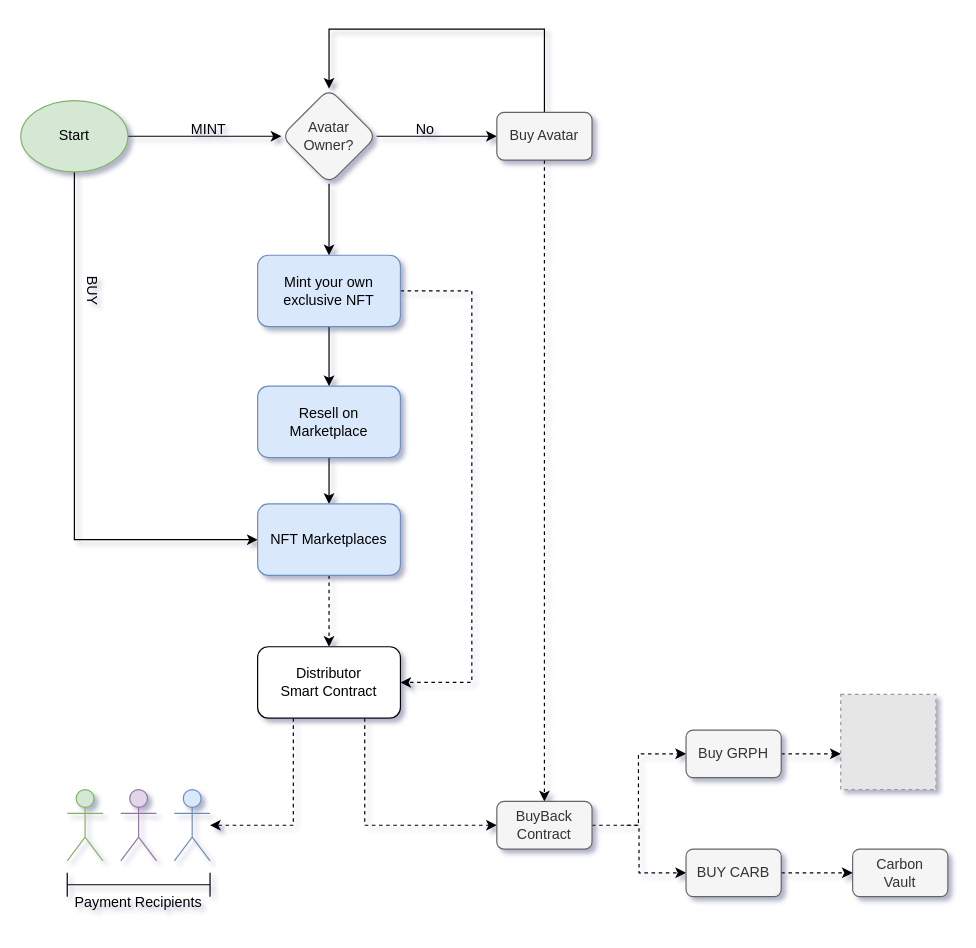
The draw.io diagram CryptoKiwisSaleFlow.drawio in Carbon-Labs/Diagrams, before the edit. Source tidied: cells renumbered, new cells numbered last; positions are measured from the earlier drawing's top-left corner, leaving out a move shared by most shapes. Both pictures are drawn from the tidied source at 119%, with x=0, y=0 at pixel (20, 29). Pictures stored in the file or linked from it are replaced by grey dashed boxes.
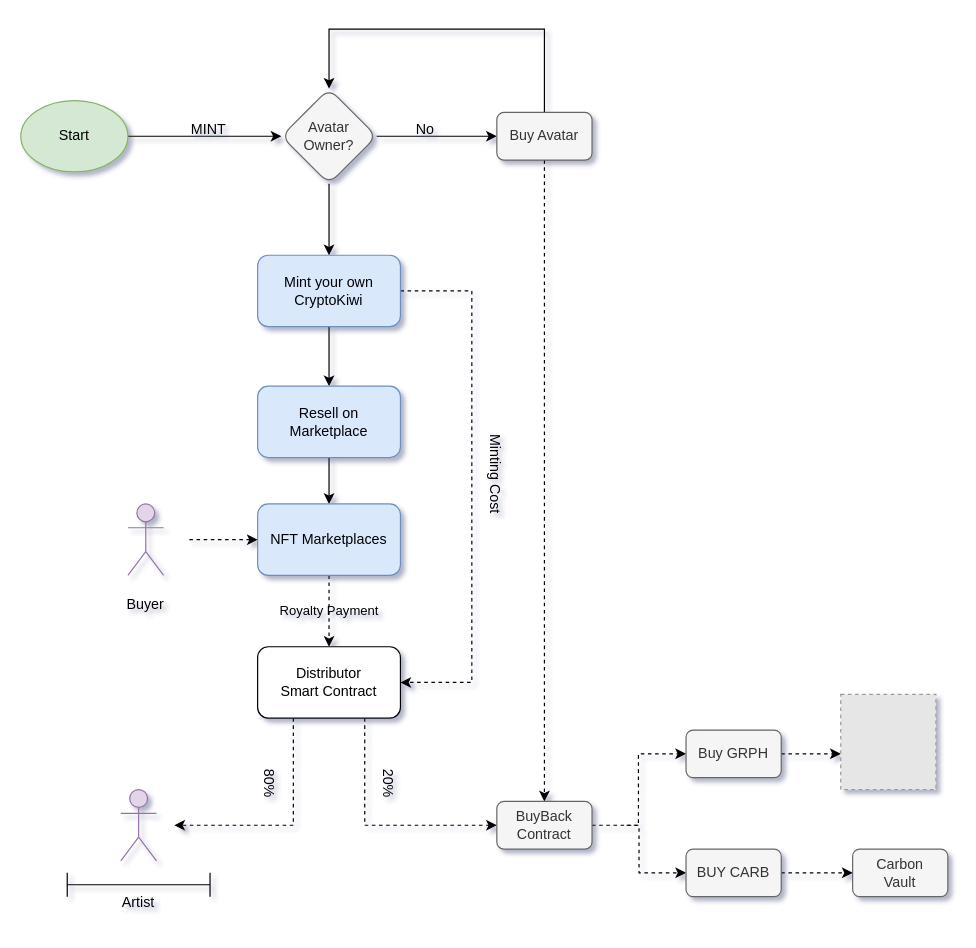
After the change.

Unchanged cells that the change refers to:
```xml
<mxCell id="10" value="Start" style="ellipse;whiteSpace=wrap;html=1;fillColor=#d5e8d4;strokeColor=#82b366;" parent="1" vertex="1">
  <mxGeometry y="60" width="90" height="60" as="geometry" />
</mxCell>
<mxCell id="18" value="NFT Marketplaces" style="rounded=1;whiteSpace=wrap;html=1;verticalAlign=middle;fillColor=#dae8fc;strokeColor=#6c8ebf;" parent="1" vertex="1">
  <mxGeometry x="199" y="399" width="120" height="60" as="geometry" />
</mxCell>
<mxCell id="23" value="Distributor&lt;br&gt;Smart Contract" style="rounded=1;whiteSpace=wrap;html=1;" parent="1" vertex="1">
  <mxGeometry x="199" y="519" width="120" height="60" as="geometry" />
</mxCell>
```

What changed in the source:
```diff
@@
-    <mxCell id="9" style="edgeStyle=orthogonalEdgeStyle;rounded=0;jettySize=auto;html=1;exitX=0.5;exitY=1;exitDx=0;exitDy=0;entryX=0;entryY=0.5;entryDx=0;entryDy=0;" parent="1" edge="1" source="10" target="18">
-      <mxGeometry relative="1" as="geometry" />
-    </mxCell>
@@
-    <mxCell id="14" value="Mint your own exclusive NFT" style="rounded=1;whiteSpace=wrap;html=1;verticalAlign=middle;fillColor=#dae8fc;strokeColor=#6c8ebf;" parent="1" vertex="1">
+    <mxCell id="14" value="Mint your own CryptoKiwi" style="rounded=1;whiteSpace=wrap;html=1;verticalAlign=middle;fillColor=#dae8fc;strokeColor=#6c8ebf;" parent="1" vertex="1">
       <mxGeometry x="199" y="190" width="120" height="60" as="geometry" />
     </mxCell>
@@
-    <mxCell id="17" style="edgeStyle=orthogonalEdgeStyle;rounded=0;jettySize=auto;html=1;exitX=0.5;exitY=1;exitDx=0;exitDy=0;entryX=0.5;entryY=0;entryDx=0;entryDy=0;dashed=1;" parent="1" edge="1" source="18" target="23">
+    <mxCell id="17" value="Royalty Payment" style="edgeStyle=orthogonalEdgeStyle;rounded=0;jettySize=auto;html=1;exitX=0.5;exitY=1;exitDx=0;exitDy=0;entryX=0.5;entryY=0;entryDx=0;entryDy=0;dashed=1;labelBackgroundColor=none;" parent="1" edge="1" source="18" target="23">
       <mxGeometry relative="1" as="geometry" />
     </mxCell>
+    <mxCell id="38" style="edgeStyle=orthogonalEdgeStyle;rounded=0;jettySize=auto;html=1;exitX=0;exitY=0.5;exitDx=0;exitDy=0;labelBackgroundColor=none;dashed=1;startArrow=classic;startFill=1;endArrow=none;endFill=0;" parent="1" edge="1" source="18">
+      <mxGeometry relative="1" as="geometry">
+        <mxPoint x="139" y="429" as="targetPoint" />
+      </mxGeometry>
+    </mxCell>
@@
-    <mxCell id="20" value="BUY" style="text;html=1;strokeColor=none;fillColor=none;align=center;verticalAlign=middle;whiteSpace=wrap;rounded=0;labelBackgroundColor=none;rotation=90;" parent="1" vertex="1">
-      <mxGeometry x="30" y="205" width="60" height="30" as="geometry" />
-    </mxCell>
     <mxCell id="21" style="edgeStyle=orthogonalEdgeStyle;rounded=0;jettySize=auto;html=1;exitX=0.25;exitY=1;exitDx=0;exitDy=0;dashed=1;" parent="1" edge="1" source="23">
       <mxGeometry relative="1" as="geometry">
-        <mxPoint x="159" y="669" as="targetPoint" />
+        <mxPoint x="129" y="669" as="targetPoint" />
         <Array as="points">
           <mxPoint x="229" y="669" />
           <mxPoint x="159" y="669" />
         </Array>
       </mxGeometry>
     </mxCell>
@@
-    <mxCell id="24" style="shape=umlActor;verticalLabelPosition=bottom;verticalAlign=top;html=1;fillColor=#dae8fc;strokeColor=#6c8ebf;" parent="1" vertex="1">
-      <mxGeometry x="129" y="639" width="30" height="60" as="geometry" />
-    </mxCell>
@@
-    <mxCell id="35" style="shape=umlActor;verticalLabelPosition=bottom;verticalAlign=top;html=1;fillColor=#d5e8d4;strokeColor=#82b366;" parent="1" vertex="1">
-      <mxGeometry x="39" y="639" width="30" height="60" as="geometry" />
-    </mxCell>
@@
-    <mxCell id="37" value="Payment Recipients" style="text;html=1;strokeColor=none;fillColor=none;align=center;verticalAlign=middle;whiteSpace=wrap;rounded=0;" parent="1" vertex="1">
+    <mxCell id="37" value="Artist" style="text;html=1;strokeColor=none;fillColor=none;align=center;verticalAlign=middle;whiteSpace=wrap;rounded=0;" parent="1" vertex="1">
       <mxGeometry x="39" y="719" width="120" height="30" as="geometry" />
     </mxCell>
+    <mxCell id="39" value="80%" style="text;html=1;strokeColor=none;fillColor=none;align=center;verticalAlign=middle;whiteSpace=wrap;rounded=0;labelBackgroundColor=none;rotation=90;" parent="1" vertex="1">
+      <mxGeometry x="179" y="619" width="60" height="30" as="geometry" />
+    </mxCell>
+    <mxCell id="40" value="20%" style="text;html=1;strokeColor=none;fillColor=none;align=center;verticalAlign=middle;whiteSpace=wrap;rounded=0;labelBackgroundColor=none;rotation=90;" parent="1" vertex="1">
+      <mxGeometry x="279" y="619" width="60" height="30" as="geometry" />
+    </mxCell>
+    <mxCell id="41" style="shape=umlActor;verticalLabelPosition=bottom;verticalAlign=top;html=1;fillColor=#e1d5e7;strokeColor=#9673a6;" parent="1" vertex="1">
+      <mxGeometry x="90" y="399" width="30" height="60" as="geometry" />
+    </mxCell>
+    <mxCell id="42" value="Buyer" style="text;html=1;strokeColor=none;fillColor=none;align=center;verticalAlign=middle;whiteSpace=wrap;rounded=0;" parent="1" vertex="1">
+      <mxGeometry x="45" y="469" width="120" height="30" as="geometry" />
+    </mxCell>
+    <mxCell id="43" value="Minting Cost" style="text;html=1;strokeColor=none;fillColor=none;align=center;verticalAlign=middle;whiteSpace=wrap;rounded=0;labelBackgroundColor=none;rotation=90;" parent="1" vertex="1">
+      <mxGeometry x="354" y="359" width="90" height="30" as="geometry" />
+    </mxCell>
```
